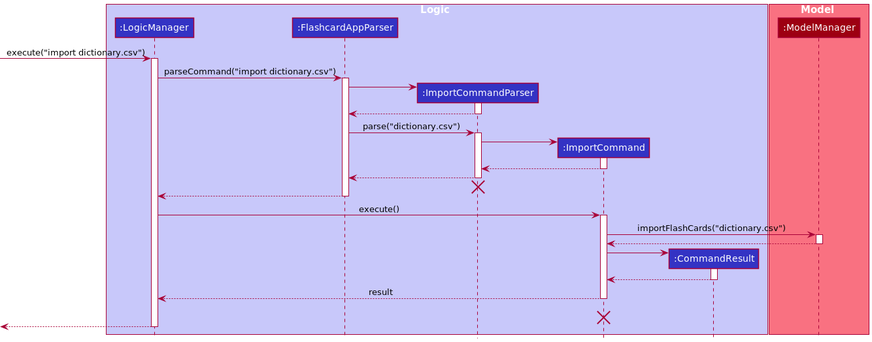
The PlantUML diagram docs/images/ImportSequenceDiagram.png in sharmainec/tp, before a commit.
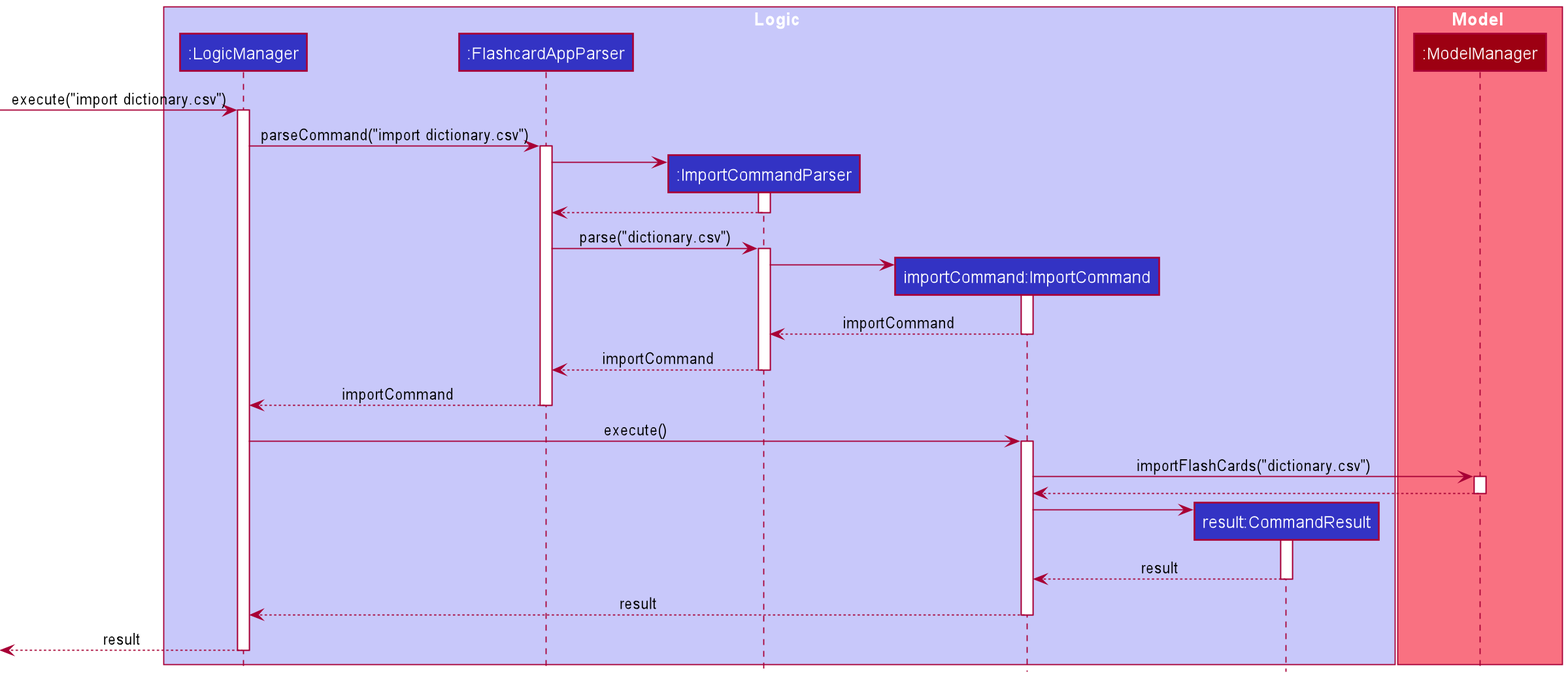
After the change.

Change to the diagram source:
```diff
@@ -5,8 +5,8 @@
 participant ":LogicManager" as LogicManager LOGIC_COLOR
 participant ":FlashcardAppParser" as FlashcardAppParser LOGIC_COLOR
 participant ":ImportCommandParser" as ImportCommandParser LOGIC_COLOR
-participant ":ImportCommand" as ImportCommand LOGIC_COLOR
-participant ":CommandResult" as CommandResult LOGIC_COLOR
+participant "importCommand:ImportCommand" as ImportCommand LOGIC_COLOR
+participant "result:CommandResult" as CommandResult LOGIC_COLOR
 end box
 
 box Model MODEL_COLOR_T1
@@ -33,16 +33,13 @@
 ImportCommandParser -> ImportCommand
 activate ImportCommand
 
-ImportCommand --> ImportCommandParser
+ImportCommand --> ImportCommandParser:importCommand
 deactivate ImportCommand
 
-ImportCommandParser --> FlashcardAppParser
+ImportCommandParser --> FlashcardAppParser:importCommand
 deactivate ImportCommandParser
 
-ImportCommandParser -[hidden]-> FlashcardAppParser
-destroy ImportCommandParser
-
-FlashcardAppParser --> LogicManager
+FlashcardAppParser --> LogicManager:importCommand
 deactivate FlashcardAppParser
 
 LogicManager -> ImportCommand : execute()
@@ -58,15 +55,13 @@
 ImportCommand -> CommandResult
 activate CommandResult
 
-CommandResult --> ImportCommand
+CommandResult --> ImportCommand:result
 deactivate CommandResult
 
 ImportCommand --> LogicManager : result
 deactivate ImportCommand
 
-ImportCommand -[hidden]-> LogicManager : result
-destroy ImportCommand
 
-[<--LogicManager
+[<--LogicManager:result
 deactivate LogicManager
 @enduml
```
